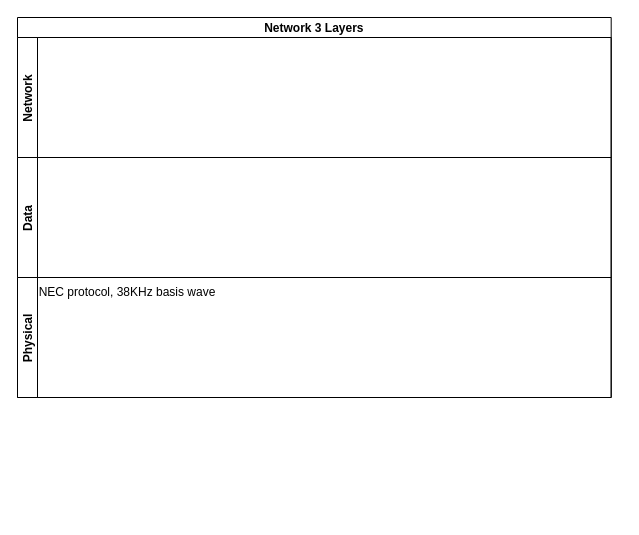
Earlier version of the draw.io diagram doc/학교 자료_제출자료/flow chart.drawio (KwangryeolPark/University.3rd.Class.Capstone_Design). Source tidied: cells renumbered, new cells numbered last; positions are measured from the earlier drawing's top-left corner, leaving out a move shared by most shapes. Both pictures are drawn from the tidied source at 100%, with x=0, y=0 at pixel (17, 17).
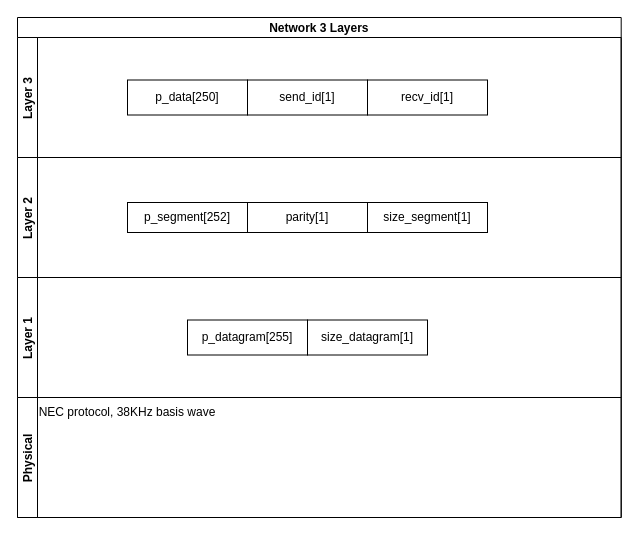
After the change.

What changed in the source:
```diff
@@
 <mxGraphModel>
   <root>
     <mxCell id="0" />
     <mxCell id="1" parent="0" />
     <mxCell id="2" value="Network 3 Layers" style="swimlane;horizontal=1;startSize=20;" parent="1" vertex="1">
-      <mxGeometry width="593.7" height="380" as="geometry" />
+      <mxGeometry width="603.7" height="500" as="geometry" />
     </mxCell>
+    <mxCell id="7" value="Layer 3" style="swimlane;startSize=20;horizontal=0;" parent="2" vertex="1">
+      <mxGeometry y="20" width="603.7" height="120" as="geometry" />
+    </mxCell>
+    <mxCell id="8" value="p_data[250]" style="whiteSpace=wrap;html=1;" parent="7" vertex="1">
+      <mxGeometry x="110" y="42.5" width="120" height="35" as="geometry" />
+    </mxCell>
+    <mxCell id="9" value="send_id[1]" style="whiteSpace=wrap;html=1;" parent="7" vertex="1">
+      <mxGeometry x="230" y="42.5" width="120" height="35" as="geometry" />
+    </mxCell>
+    <mxCell id="10" value="recv_id[1]" style="whiteSpace=wrap;html=1;" parent="7" vertex="1">
+      <mxGeometry x="350" y="42.5" width="120" height="35" as="geometry" />
+    </mxCell>
-    <mxCell id="3" value="Network" style="swimlane;startSize=20;horizontal=0;" parent="2" vertex="1">
-      <mxGeometry y="20" width="593.7" height="120" as="geometry" />
+    <mxCell id="3" value="Layer 2" style="swimlane;startSize=20;horizontal=0;" parent="2" vertex="1">
+      <mxGeometry y="140" width="603.7" height="120" as="geometry" />
     </mxCell>
+    <mxCell id="11" value="size_segment[1]" style="whiteSpace=wrap;html=1;" parent="3" vertex="1">
+      <mxGeometry x="350" y="45" width="120" height="30" as="geometry" />
+    </mxCell>
+    <mxCell id="12" value="parity[1]" style="whiteSpace=wrap;html=1;" parent="3" vertex="1">
+      <mxGeometry x="230" y="45" width="120" height="30" as="geometry" />
+    </mxCell>
+    <mxCell id="13" value="p_segment[252]" style="whiteSpace=wrap;html=1;" parent="3" vertex="1">
+      <mxGeometry x="110" y="45" width="120" height="30" as="geometry" />
+    </mxCell>
-    <mxCell id="4" value="Data" style="swimlane;startSize=20;horizontal=0;" parent="2" vertex="1">
-      <mxGeometry y="140" width="593.7" height="120" as="geometry" />
+    <mxCell id="4" value="Layer 1" style="swimlane;startSize=20;horizontal=0;" parent="2" vertex="1">
+      <mxGeometry y="260" width="603.7" height="120" as="geometry" />
     </mxCell>
+    <mxCell id="14" value="p_datagram[255]" style="whiteSpace=wrap;html=1;" parent="4" vertex="1">
+      <mxGeometry x="170" y="42.5" width="120" height="35" as="geometry" />
+    </mxCell>
+    <mxCell id="15" value="size_datagram[1]" style="whiteSpace=wrap;html=1;" parent="4" vertex="1">
+      <mxGeometry x="290" y="42.5" width="120" height="35" as="geometry" />
+    </mxCell>
     <mxCell id="5" value="Physical" style="swimlane;startSize=20;horizontal=0;" parent="2" vertex="1">
-      <mxGeometry y="260" width="593.7" height="120" as="geometry" />
+      <mxGeometry y="380" width="603.7" height="120" as="geometry" />
     </mxCell>
     <mxCell id="6" value="NEC protocol, 38KHz basis wave" style="text;html=1;strokeColor=none;fillColor=none;align=center;verticalAlign=middle;whiteSpace=wrap;rounded=0;" parent="5" vertex="1">
       <mxGeometry x="20" width="180" height="30" as="geometry" />
     </mxCell>
   </root>
 </mxGraphModel>
```
